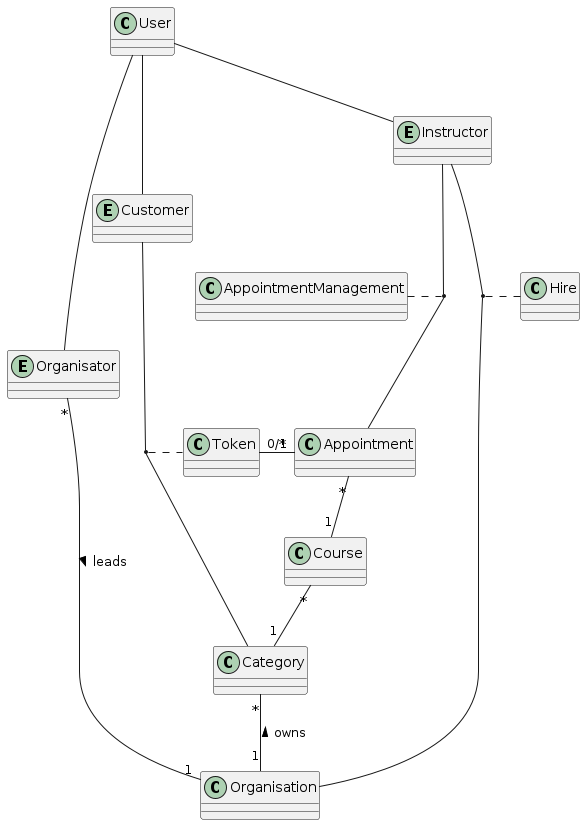
Above: slides/images/svg.png in 2324-4bhif-syp/2324-4bhif-syp-project-kurstermine (PlantUML), before the change.
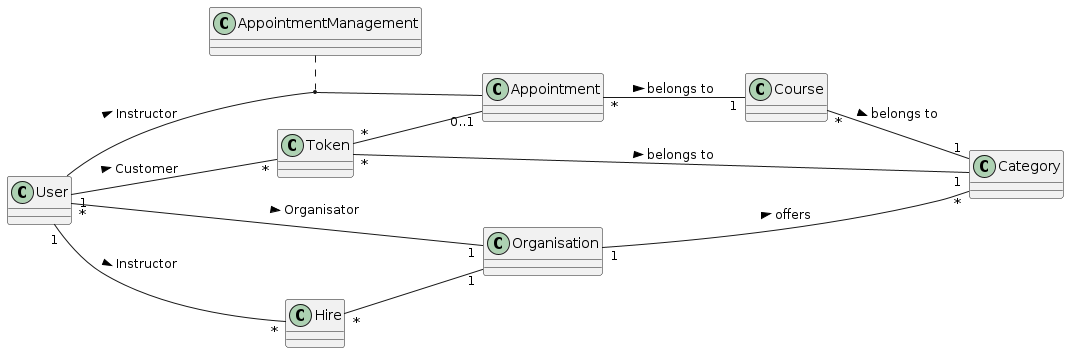
The same file after the commit.

Diff of the diagram source:
```diff
@@ -1,4 +1,5 @@
 @startuml
+left to right direction
 
 class Category {
 }
@@ -15,25 +16,16 @@
 class User {
 }
 
-entity Customer {
-}
-
-entity Organisator {
-}
-
-entity Instructor {
-}
-
-Appointment "*"--"1" Course
-Course "*"--"1" Category
-(Customer, Category) .. Token
-Token "0/1"-right-"*" Appointment
-Category "*"--"1" Organisation: < owns
-Organisator "*"-right-"1" Organisation: > leads
-(Instructor, Organisation) .. Hire
-AppointmentManagement .. (Instructor, Appointment)
-User -- Instructor
-User -- Customer
-User -- Organisator
+Appointment "*"--"1" Course: > belongs to
+Course "*"--"1" Category: > belongs to
+User "1"--"*" Token: > Customer
+Token "*"--"1" Category: > belongs to
+Token "*"--"0..1" Appointment
+Organisation "1"--"*" Category: > offers
+User "*"--"1" Organisation: > Organisator
+User -- Appointment: > Instructor
+User "1"--"*" Hire: > Instructor
+Hire "*"--"1" Organisation
+AppointmentManagement .. (User, Appointment)
 
 @enduml
```
